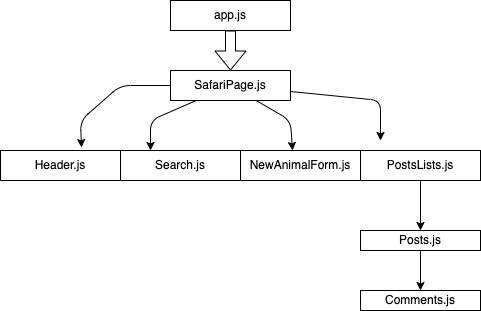
KlajdoQ/safari-sorority keeps this draw.io diagram as .drawio.png. Above is the earlier version. Source tidied: cells renumbered, new cells last; positions are measured from the earlier drawing's top-left corner, leaving out a move shared by most shapes.
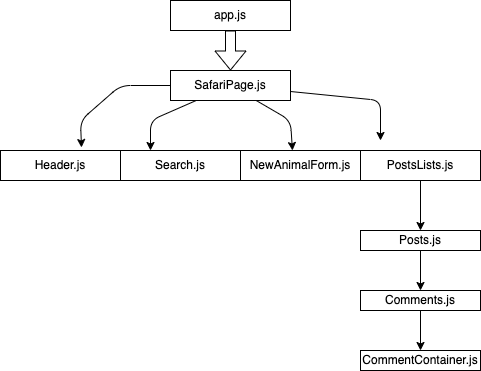
The same diagram one commit later.

The edit, as a diff of the source:
```diff
@@ -64,8 +64,14 @@
     <mxCell id="15" value="Posts.js" style="whiteSpace=wrap;html=1;" parent="1" vertex="1">
       <mxGeometry x="360" y="230" width="120" height="20" as="geometry" />
     </mxCell>
+    <mxCell id="17" style="edgeStyle=none;html=1;" parent="1" edge="1" source="16" target="18">
+      <mxGeometry relative="1" as="geometry" />
+    </mxCell>
     <mxCell id="16" value="Comments.js" style="whiteSpace=wrap;html=1;" parent="1" vertex="1">
       <mxGeometry x="360" y="290" width="120" height="20" as="geometry" />
     </mxCell>
+    <mxCell id="18" value="CommentContainer.js" style="whiteSpace=wrap;html=1;" parent="1" vertex="1">
+      <mxGeometry x="360" y="350" width="120" height="20" as="geometry" />
+    </mxCell>
   </root>
 </mxGraphModel>
```
